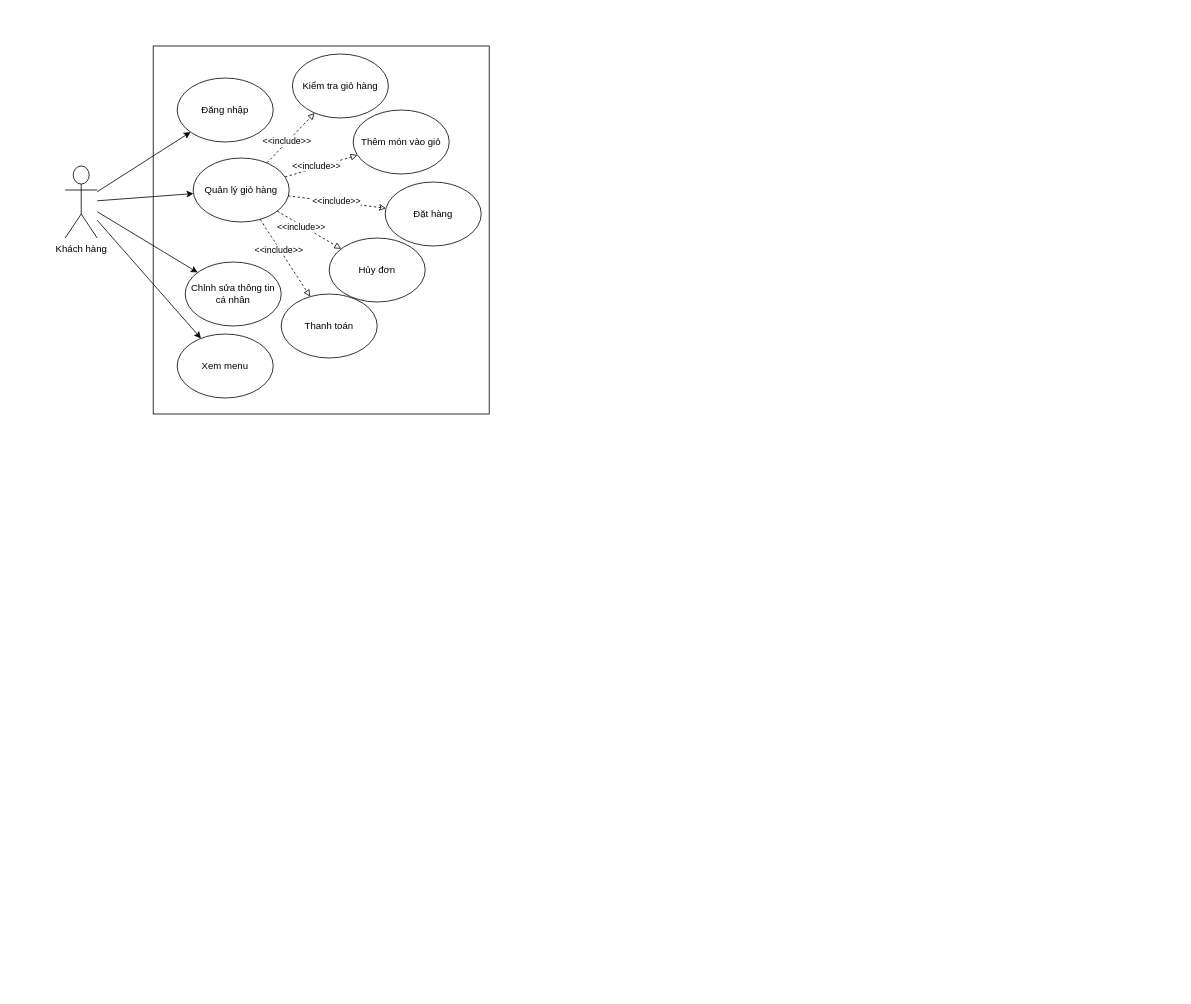
Above: PBL3.drawio in trankhahao7/Source-webside (draw.io), before the change. Source tidied: cells renumbered, new cells numbered last; positions are measured from the earlier drawing's top-left corner, leaving out a move shared by most shapes. Both pictures are drawn from the tidied source at 80%, with x=0, y=0 at pixel (65, 46).
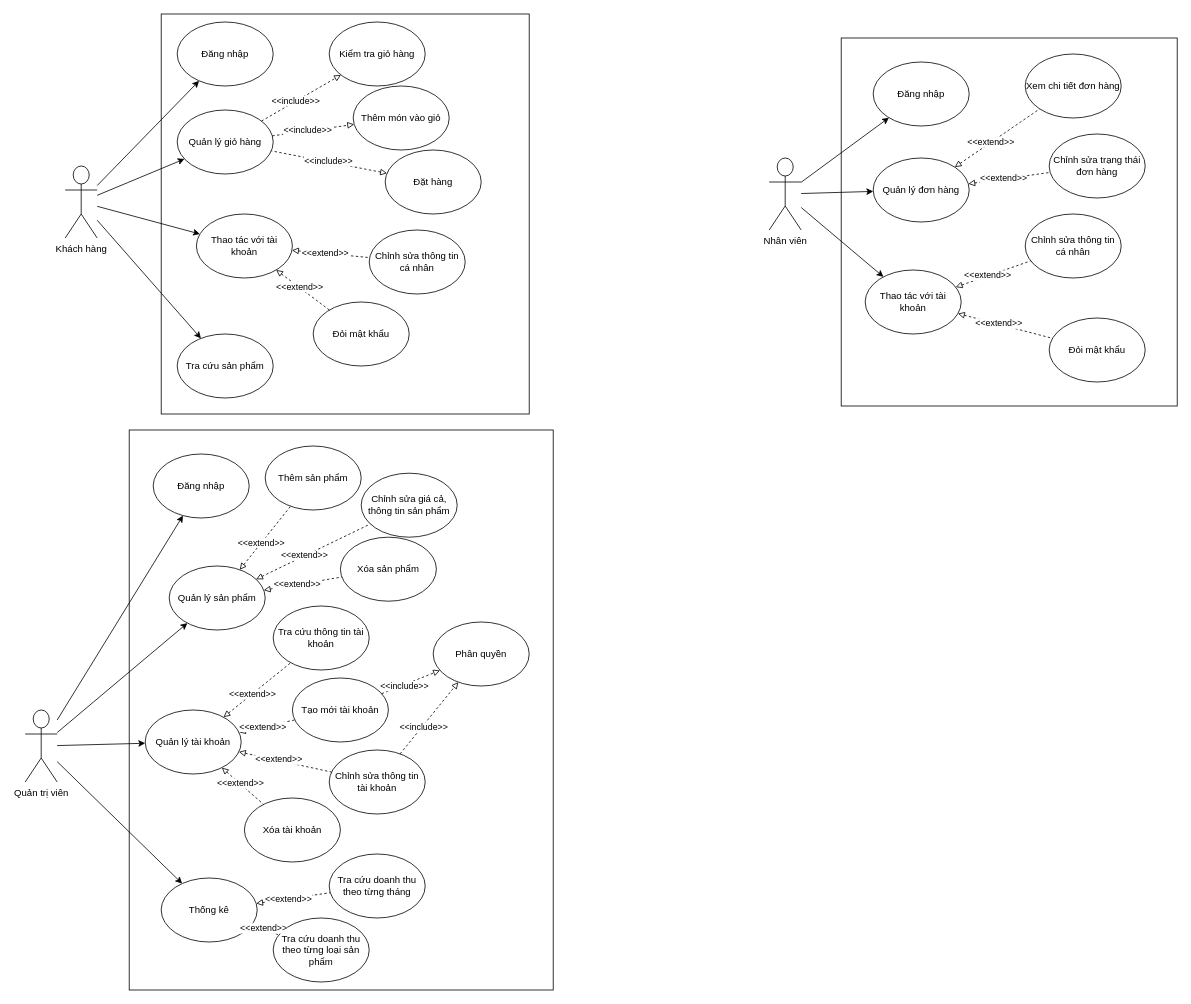
After the change.

The edit, as a diff of the source:
```diff
@@
     <mxCell id="2" style="rounded=0;whiteSpace=wrap;html=1;" parent="1" vertex="1">
-      <mxGeometry x="110" width="420" height="460" as="geometry" />
+      <mxGeometry x="120" y="-40" width="460" height="500" as="geometry" />
     </mxCell>
     <mxCell id="3" value="Đăng nhập" style="ellipse;whiteSpace=wrap;html=1;" parent="1" vertex="1">
-      <mxGeometry x="140" y="40" width="120" height="80" as="geometry" />
+      <mxGeometry x="140" y="-30" width="120" height="80" as="geometry" />
     </mxCell>
@@
     <mxCell id="6" value="Kiểm tra giỏ hàng" style="ellipse;whiteSpace=wrap;html=1;" parent="1" vertex="1">
-      <mxGeometry x="284" y="10" width="120" height="80" as="geometry" />
+      <mxGeometry x="330" y="-30" width="120" height="80" as="geometry" />
     </mxCell>
-    <mxCell id="7" value="Thanh toán" style="ellipse;whiteSpace=wrap;html=1;" parent="1" vertex="1">
-      <mxGeometry x="270" y="310" width="120" height="80" as="geometry" />
-    </mxCell>
     <mxCell id="8" value="Quản lý giỏ hàng" style="ellipse;whiteSpace=wrap;html=1;" parent="1" vertex="1">
-      <mxGeometry x="160" y="140" width="120" height="80" as="geometry" />
+      <mxGeometry x="140" y="80" width="120" height="80" as="geometry" />
     </mxCell>
-    <mxCell id="9" value="Chỉnh sửa thông tin&lt;div&gt;cá nhân&lt;/div&gt;" style="ellipse;whiteSpace=wrap;html=1;" parent="1" vertex="1">
-      <mxGeometry x="150" y="270" width="120" height="80" as="geometry" />
+    <mxCell id="9" value="Thao tác với tài khoản" style="ellipse;whiteSpace=wrap;html=1;" parent="1" vertex="1">
+      <mxGeometry x="164" y="210" width="120" height="80" as="geometry" />
     </mxCell>
-    <mxCell id="10" value="Xem menu" style="ellipse;whiteSpace=wrap;html=1;" parent="1" vertex="1">
+    <mxCell id="10" value="Tra cứu sản phẩm" style="ellipse;whiteSpace=wrap;html=1;" parent="1" vertex="1">
       <mxGeometry x="140" y="360" width="120" height="80" as="geometry" />
     </mxCell>
     <mxCell id="11" value="Thêm món vào giỏ" style="ellipse;whiteSpace=wrap;html=1;" parent="1" vertex="1">
-      <mxGeometry x="360" y="80" width="120" height="80" as="geometry" />
+      <mxGeometry x="360" y="50" width="120" height="80" as="geometry" />
     </mxCell>
@@
-    <mxCell id="13" style="rounded=0;jettySize=auto;html=1;dashed=1;strokeColor=default;startArrow=classic;startFill=0;endArrow=none;" parent="1" edge="1" source="23" target="8">
+    <mxCell id="13" style="rounded=0;jettySize=auto;html=1;dashed=1;strokeColor=default;startArrow=block;startFill=0;endArrow=none;" parent="1" edge="1" source="23" target="8">
       <mxGeometry relative="1" as="geometry" />
     </mxCell>
@@
-    <mxCell id="20" style="rounded=0;jettySize=auto;html=1;endArrow=block;endFill=0;dashed=1;" parent="1" edge="1" source="8" target="7">
-      <mxGeometry relative="1" as="geometry" />
-    </mxCell>
-    <mxCell id="21" value="&amp;lt;&amp;lt;include&amp;gt;&amp;gt;" style="edgeLabel;html=1;align=center;verticalAlign=middle;" parent="20" vertex="1">
-      <mxGeometry x="-0.24" y="-1" relative="1" as="geometry" />
-    </mxCell>
@@
     <mxCell id="23" value="Đặt hàng" style="ellipse;whiteSpace=wrap;html=1;" parent="1" vertex="1">
-      <mxGeometry x="400" y="170" width="120" height="80" as="geometry" />
+      <mxGeometry x="400" y="130" width="120" height="80" as="geometry" />
     </mxCell>
-    <mxCell id="24" value="Hủy đơn" style="ellipse;whiteSpace=wrap;html=1;" parent="1" vertex="1">
-      <mxGeometry x="330" y="240" width="120" height="80" as="geometry" />
-    </mxCell>
-    <mxCell id="25" style="rounded=0;jettySize=auto;html=1;endArrow=block;endFill=0;dashed=1;" parent="1" edge="1" source="8" target="24">
-      <mxGeometry relative="1" as="geometry" />
-    </mxCell>
-    <mxCell id="26" value="&amp;lt;&amp;lt;include&amp;gt;&amp;gt;" style="edgeLabel;html=1;align=center;verticalAlign=middle;" parent="25" vertex="1">
-      <mxGeometry x="-0.24" y="-1" relative="1" as="geometry" />
-    </mxCell>
+    <mxCell id="27" style="rounded=0;whiteSpace=wrap;html=1;" parent="1" vertex="1">
+      <mxGeometry x="80" y="480" width="530" height="700" as="geometry" />
+    </mxCell>
+    <mxCell id="28" value="Quản trị viên" style="shape=umlActor;verticalLabelPosition=bottom;verticalAlign=top;html=1;outlineConnect=0;" parent="1" vertex="1">
+      <mxGeometry x="-50" y="830" width="40" height="90" as="geometry" />
+    </mxCell>
+    <mxCell id="29" value="Tra cứu thông tin tài khoản" style="ellipse;whiteSpace=wrap;html=1;" parent="1" vertex="1">
+      <mxGeometry x="260" y="700" width="120" height="80" as="geometry" />
+    </mxCell>
+    <mxCell id="30" value="Chỉnh sửa thông tin tài khoản" style="ellipse;whiteSpace=wrap;html=1;" parent="1" vertex="1">
+      <mxGeometry x="330" y="880" width="120" height="80" as="geometry" />
+    </mxCell>
+    <mxCell id="31" value="Quản lý tài khoản" style="ellipse;whiteSpace=wrap;html=1;" parent="1" vertex="1">
+      <mxGeometry x="100" y="830" width="120" height="80" as="geometry" />
+    </mxCell>
+    <mxCell id="32" value="Thống kê" style="ellipse;whiteSpace=wrap;html=1;" parent="1" vertex="1">
+      <mxGeometry x="120" y="1040" width="120" height="80" as="geometry" />
+    </mxCell>
+    <mxCell id="33" value="Tạo mới tài khoản" style="ellipse;whiteSpace=wrap;html=1;" parent="1" vertex="1">
+      <mxGeometry x="284" y="790" width="120" height="80" as="geometry" />
+    </mxCell>
+    <mxCell id="34" style="rounded=0;jettySize=auto;html=1;" parent="1" edge="1" source="28" target="32">
+      <mxGeometry relative="1" as="geometry" />
+    </mxCell>
+    <mxCell id="35" style="rounded=0;jettySize=auto;html=1;" parent="1" edge="1" source="28" target="31">
+      <mxGeometry relative="1" as="geometry" />
+    </mxCell>
+    <mxCell id="36" value="Xóa tài khoản" style="ellipse;whiteSpace=wrap;html=1;" parent="1" vertex="1">
+      <mxGeometry x="224" y="940" width="120" height="80" as="geometry" />
+    </mxCell>
+    <mxCell id="37" value="Phân quyền" style="ellipse;whiteSpace=wrap;html=1;" parent="1" vertex="1">
+      <mxGeometry x="460" y="720" width="120" height="80" as="geometry" />
+    </mxCell>
+    <mxCell id="38" style="rounded=0;whiteSpace=wrap;html=1;" parent="1" vertex="1">
+      <mxGeometry x="970" y="-10" width="420" height="460" as="geometry" />
+    </mxCell>
+    <mxCell id="39" value="Đăng nhập" style="ellipse;whiteSpace=wrap;html=1;" parent="1" vertex="1">
+      <mxGeometry x="1010" y="20" width="120" height="80" as="geometry" />
+    </mxCell>
+    <mxCell id="40" style="rounded=0;jettySize=auto;html=1;" parent="1" edge="1" source="41" target="39">
+      <mxGeometry relative="1" as="geometry" />
+    </mxCell>
+    <mxCell id="41" value="Nhân viên" style="shape=umlActor;verticalLabelPosition=bottom;verticalAlign=top;html=1;outlineConnect=0;" parent="1" vertex="1">
+      <mxGeometry x="880" y="140" width="40" height="90" as="geometry" />
+    </mxCell>
+    <mxCell id="42" value="Xem chi tiết đơn hàng" style="ellipse;whiteSpace=wrap;html=1;" parent="1" vertex="1">
+      <mxGeometry x="1200" y="10" width="120" height="80" as="geometry" />
+    </mxCell>
+    <mxCell id="43" value="Quản lý đơn hàng" style="ellipse;whiteSpace=wrap;html=1;" parent="1" vertex="1">
+      <mxGeometry x="1010" y="140" width="120" height="80" as="geometry" />
+    </mxCell>
+    <mxCell id="44" value="Thao tác với tài khoản" style="ellipse;whiteSpace=wrap;html=1;" parent="1" vertex="1">
+      <mxGeometry x="1000" y="280" width="120" height="80" as="geometry" />
+    </mxCell>
+    <mxCell id="45" value="Chỉnh sửa trạng thái đơn hàng" style="ellipse;whiteSpace=wrap;html=1;" parent="1" vertex="1">
+      <mxGeometry x="1230" y="110" width="120" height="80" as="geometry" />
+    </mxCell>
+    <mxCell id="46" style="rounded=0;jettySize=auto;html=1;" parent="1" edge="1" source="41" target="44">
+      <mxGeometry relative="1" as="geometry" />
+    </mxCell>
+    <mxCell id="47" style="rounded=0;jettySize=auto;html=1;endArrow=none;endFill=0;dashed=1;startArrow=block;startFill=0;" parent="1" edge="1" source="43" target="42">
+      <mxGeometry relative="1" as="geometry" />
+    </mxCell>
+    <mxCell id="48" value="&amp;lt;&amp;lt;extend&amp;gt;&amp;gt;" style="edgeLabel;html=1;align=center;verticalAlign=middle;" parent="47" vertex="1">
+      <mxGeometry x="-0.15" y="1" relative="1" as="geometry" />
+    </mxCell>
+    <mxCell id="49" style="rounded=0;jettySize=auto;html=1;endArrow=none;endFill=0;dashed=1;startArrow=block;startFill=0;" parent="1" edge="1" source="43" target="45">
+      <mxGeometry relative="1" as="geometry" />
+    </mxCell>
+    <mxCell id="50" value="&amp;lt;&amp;lt;extend&amp;gt;&amp;gt;" style="edgeLabel;html=1;align=center;verticalAlign=middle;" parent="49" vertex="1">
+      <mxGeometry x="-0.14" y="2" relative="1" as="geometry" />
+    </mxCell>
+    <mxCell id="51" style="rounded=0;jettySize=auto;html=1;" parent="1" edge="1" source="41" target="43">
+      <mxGeometry relative="1" as="geometry" />
+    </mxCell>
+    <mxCell id="52" value="Thêm sản phẩm" style="ellipse;whiteSpace=wrap;html=1;" parent="1" vertex="1">
+      <mxGeometry x="250" y="500" width="120" height="80" as="geometry" />
+    </mxCell>
+    <mxCell id="53" value="Quản lý sản phẩm" style="ellipse;whiteSpace=wrap;html=1;" parent="1" vertex="1">
+      <mxGeometry x="130" y="650" width="120" height="80" as="geometry" />
+    </mxCell>
+    <mxCell id="54" value="Xóa sản phẩm" style="ellipse;whiteSpace=wrap;html=1;" parent="1" vertex="1">
+      <mxGeometry x="344" y="614" width="120" height="80" as="geometry" />
+    </mxCell>
+    <mxCell id="55" style="rounded=0;jettySize=auto;html=1;endArrow=none;endFill=0;dashed=1;startArrow=block;startFill=0;" parent="1" edge="1" source="53" target="52">
+      <mxGeometry relative="1" as="geometry" />
+    </mxCell>
+    <mxCell id="56" value="&amp;lt;&amp;lt;extend&amp;gt;&amp;gt;" style="edgeLabel;html=1;align=center;verticalAlign=middle;" parent="55" vertex="1">
+      <mxGeometry x="-0.15" y="1" relative="1" as="geometry" />
+    </mxCell>
+    <mxCell id="57" value="Chỉnh sửa giá cả, thông tin sản phẩm" style="ellipse;whiteSpace=wrap;html=1;" parent="1" vertex="1">
+      <mxGeometry x="370" y="534" width="120" height="80" as="geometry" />
+    </mxCell>
+    <mxCell id="58" style="rounded=0;jettySize=auto;html=1;" parent="1" edge="1" source="28" target="53">
+      <mxGeometry relative="1" as="geometry" />
+    </mxCell>
+    <mxCell id="59" style="rounded=0;jettySize=auto;html=1;endArrow=none;endFill=0;dashed=1;startArrow=block;startFill=0;" parent="1" edge="1" source="53" target="57">
+      <mxGeometry relative="1" as="geometry" />
+    </mxCell>
+    <mxCell id="60" value="&amp;lt;&amp;lt;extend&amp;gt;&amp;gt;" style="edgeLabel;html=1;align=center;verticalAlign=middle;" parent="59" vertex="1">
+      <mxGeometry x="-0.15" y="1" relative="1" as="geometry" />
+    </mxCell>
+    <mxCell id="61" style="rounded=0;jettySize=auto;html=1;endArrow=none;endFill=0;dashed=1;startArrow=block;startFill=0;" parent="1" edge="1" source="53" target="54">
+      <mxGeometry relative="1" as="geometry" />
+    </mxCell>
+    <mxCell id="62" value="&amp;lt;&amp;lt;extend&amp;gt;&amp;gt;" style="edgeLabel;html=1;align=center;verticalAlign=middle;" parent="61" vertex="1">
+      <mxGeometry x="-0.15" y="1" relative="1" as="geometry" />
+    </mxCell>
+    <mxCell id="63" style="rounded=0;jettySize=auto;html=1;endArrow=none;endFill=0;dashed=1;startArrow=block;startFill=0;" parent="1" edge="1" source="31" target="29">
+      <mxGeometry relative="1" as="geometry" />
+    </mxCell>
+    <mxCell id="64" value="&amp;lt;&amp;lt;extend&amp;gt;&amp;gt;" style="edgeLabel;html=1;align=center;verticalAlign=middle;" parent="63" vertex="1">
+      <mxGeometry x="-0.15" y="1" relative="1" as="geometry" />
+    </mxCell>
+    <mxCell id="65" style="rounded=0;jettySize=auto;html=1;endArrow=none;endFill=0;dashed=1;startArrow=block;startFill=0;" parent="1" edge="1" source="31" target="33">
+      <mxGeometry relative="1" as="geometry" />
+    </mxCell>
+    <mxCell id="66" value="&amp;lt;&amp;lt;extend&amp;gt;&amp;gt;" style="edgeLabel;html=1;align=center;verticalAlign=middle;" parent="65" vertex="1">
+      <mxGeometry x="-0.15" y="1" relative="1" as="geometry" />
+    </mxCell>
+    <mxCell id="67" style="rounded=0;jettySize=auto;html=1;endArrow=none;endFill=0;dashed=1;startArrow=block;startFill=0;" parent="1" edge="1" source="31" target="36">
+      <mxGeometry relative="1" as="geometry" />
+    </mxCell>
+    <mxCell id="68" value="&amp;lt;&amp;lt;extend&amp;gt;&amp;gt;" style="edgeLabel;html=1;align=center;verticalAlign=middle;" parent="67" vertex="1">
+      <mxGeometry x="-0.15" y="1" relative="1" as="geometry" />
+    </mxCell>
+    <mxCell id="69" style="rounded=0;jettySize=auto;html=1;endArrow=none;endFill=0;dashed=1;startArrow=block;startFill=0;" parent="1" edge="1" source="31" target="30">
+      <mxGeometry relative="1" as="geometry" />
+    </mxCell>
+    <mxCell id="70" value="&amp;lt;&amp;lt;extend&amp;gt;&amp;gt;" style="edgeLabel;html=1;align=center;verticalAlign=middle;" parent="69" vertex="1">
+      <mxGeometry x="-0.15" y="1" relative="1" as="geometry" />
+    </mxCell>
+    <mxCell id="71" style="rounded=0;jettySize=auto;html=1;endArrow=block;endFill=0;dashed=1;" parent="1" edge="1" source="33" target="37">
+      <mxGeometry relative="1" as="geometry" />
+    </mxCell>
+    <mxCell id="72" value="&amp;lt;&amp;lt;include&amp;gt;&amp;gt;" style="edgeLabel;html=1;align=center;verticalAlign=middle;" parent="71" vertex="1">
+      <mxGeometry x="-0.24" y="-1" relative="1" as="geometry" />
+    </mxCell>
+    <mxCell id="73" style="rounded=0;jettySize=auto;html=1;endArrow=block;endFill=0;dashed=1;" parent="1" edge="1" source="30" target="37">
+      <mxGeometry relative="1" as="geometry" />
+    </mxCell>
+    <mxCell id="74" value="&amp;lt;&amp;lt;include&amp;gt;&amp;gt;" style="edgeLabel;html=1;align=center;verticalAlign=middle;" parent="73" vertex="1">
+      <mxGeometry x="-0.24" y="-1" relative="1" as="geometry" />
+    </mxCell>
+    <mxCell id="75" value="Đăng nhập" style="ellipse;whiteSpace=wrap;html=1;" parent="1" vertex="1">
+      <mxGeometry x="110" y="510" width="120" height="80" as="geometry" />
+    </mxCell>
+    <mxCell id="76" style="rounded=0;jettySize=auto;html=1;" parent="1" edge="1" source="28" target="75">
+      <mxGeometry relative="1" as="geometry" />
+    </mxCell>
+    <mxCell id="77" value="Tra cứu doanh thu theo từng tháng" style="ellipse;whiteSpace=wrap;html=1;" parent="1" vertex="1">
+      <mxGeometry x="330" y="1010" width="120" height="80" as="geometry" />
+    </mxCell>
+    <mxCell id="78" value="Tra cứu doanh thu theo từng loại sản phẩm" style="ellipse;whiteSpace=wrap;html=1;" parent="1" vertex="1">
+      <mxGeometry x="260" y="1090" width="120" height="80" as="geometry" />
+    </mxCell>
+    <mxCell id="79" style="rounded=0;jettySize=auto;html=1;endArrow=none;endFill=0;dashed=1;startArrow=block;startFill=0;" parent="1" edge="1" source="32" target="77">
+      <mxGeometry relative="1" as="geometry" />
+    </mxCell>
+    <mxCell id="80" value="&amp;lt;&amp;lt;extend&amp;gt;&amp;gt;" style="edgeLabel;html=1;align=center;verticalAlign=middle;" parent="79" vertex="1">
+      <mxGeometry x="-0.15" y="1" relative="1" as="geometry" />
+    </mxCell>
+    <mxCell id="81" style="rounded=0;jettySize=auto;html=1;endArrow=none;endFill=0;dashed=1;startArrow=block;startFill=0;" parent="1" edge="1" source="32" target="78">
+      <mxGeometry relative="1" as="geometry" />
+    </mxCell>
+    <mxCell id="82" value="&amp;lt;&amp;lt;extend&amp;gt;&amp;gt;" style="edgeLabel;html=1;align=center;verticalAlign=middle;" parent="81" vertex="1">
+      <mxGeometry x="-0.15" y="1" relative="1" as="geometry" />
+    </mxCell>
+    <mxCell id="83" value="Chỉnh sửa thông tin cá nhân" style="ellipse;whiteSpace=wrap;html=1;" parent="1" vertex="1">
+      <mxGeometry x="380" y="230" width="120" height="80" as="geometry" />
+    </mxCell>
+    <mxCell id="84" value="Đỏi mật khẩu" style="ellipse;whiteSpace=wrap;html=1;" parent="1" vertex="1">
+      <mxGeometry x="310" y="320" width="120" height="80" as="geometry" />
+    </mxCell>
+    <mxCell id="85" style="rounded=0;jettySize=auto;html=1;endArrow=none;endFill=0;dashed=1;startArrow=block;startFill=0;" parent="1" edge="1" source="9" target="84">
+      <mxGeometry relative="1" as="geometry" />
+    </mxCell>
+    <mxCell id="86" value="&amp;lt;&amp;lt;extend&amp;gt;&amp;gt;" style="edgeLabel;html=1;align=center;verticalAlign=middle;" parent="85" vertex="1">
+      <mxGeometry x="-0.15" y="1" relative="1" as="geometry" />
+    </mxCell>
+    <mxCell id="87" style="rounded=0;jettySize=auto;html=1;endArrow=none;endFill=0;dashed=1;startArrow=block;startFill=0;" parent="1" edge="1" source="9" target="83">
+      <mxGeometry relative="1" as="geometry" />
+    </mxCell>
+    <mxCell id="88" value="&amp;lt;&amp;lt;extend&amp;gt;&amp;gt;" style="edgeLabel;html=1;align=center;verticalAlign=middle;" parent="87" vertex="1">
+      <mxGeometry x="-0.15" y="1" relative="1" as="geometry" />
+    </mxCell>
+    <mxCell id="89" value="Chỉnh sửa thông tin cá nhân" style="ellipse;whiteSpace=wrap;html=1;" parent="1" vertex="1">
+      <mxGeometry x="1200" y="210" width="120" height="80" as="geometry" />
+    </mxCell>
+    <mxCell id="90" value="Đỏi mật khẩu" style="ellipse;whiteSpace=wrap;html=1;" parent="1" vertex="1">
+      <mxGeometry x="1230" y="340" width="120" height="80" as="geometry" />
+    </mxCell>
+    <mxCell id="91" style="rounded=0;jettySize=auto;html=1;endArrow=none;endFill=0;dashed=1;startArrow=block;startFill=0;" parent="1" edge="1" source="44" target="90">
+      <mxGeometry relative="1" as="geometry" />
+    </mxCell>
+    <mxCell id="92" value="&amp;lt;&amp;lt;extend&amp;gt;&amp;gt;" style="edgeLabel;html=1;align=center;verticalAlign=middle;" parent="91" vertex="1">
+      <mxGeometry x="-0.15" y="1" relative="1" as="geometry" />
+    </mxCell>
+    <mxCell id="93" style="rounded=0;jettySize=auto;html=1;endArrow=none;endFill=0;dashed=1;startArrow=block;startFill=0;" parent="1" edge="1" source="44" target="89">
+      <mxGeometry relative="1" as="geometry" />
+    </mxCell>
+    <mxCell id="94" value="&amp;lt;&amp;lt;extend&amp;gt;&amp;gt;" style="edgeLabel;html=1;align=center;verticalAlign=middle;" parent="93" vertex="1">
+      <mxGeometry x="-0.15" y="1" relative="1" as="geometry" />
+    </mxCell>
```
